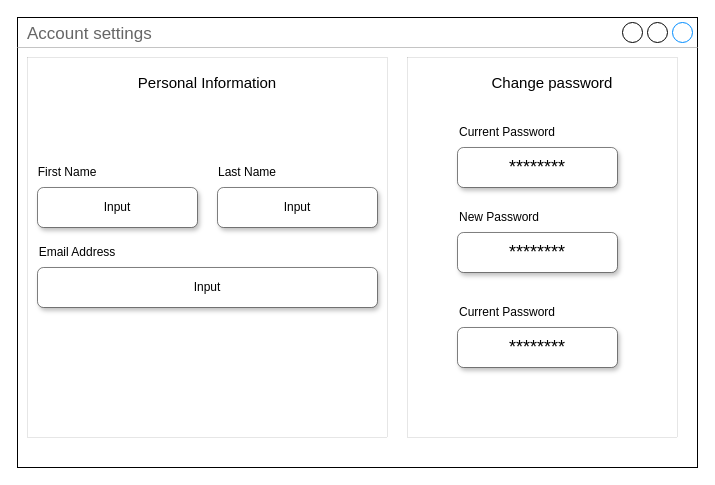
The draw.io diagram page "Strona-2" (2 of 2) of Project_Homework/CFG JobFlow Diagram.drawio in irina-sheveliova/CFG-Job-tracker, before the edit. Source tidied: cells renumbered, new cells numbered last; positions are measured from the earlier drawing's top-left corner, leaving out a move shared by most shapes. Both pictures are drawn from the tidied source at 100%, with x=0, y=0 at pixel (17, 17).
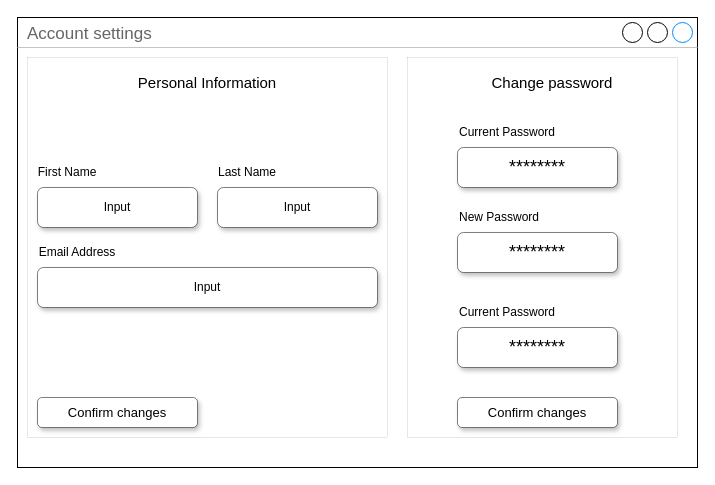
The same page after the edit.

Commit message:
Account Settings

Diff of the diagram source:
```diff
@@
+    <mxCell id="19" value="&lt;font style=&quot;font-size: 13px;&quot;&gt;Confirm changes&lt;/font&gt;" style="rounded=1;whiteSpace=wrap;html=1;shadow=1;strokeWidth=0.5;" parent="1" vertex="1">
+      <mxGeometry x="20" y="380" width="160" height="30" as="geometry" />
+    </mxCell>
+    <mxCell id="20" value="&lt;font style=&quot;font-size: 13px;&quot;&gt;Confirm changes&lt;/font&gt;" style="rounded=1;whiteSpace=wrap;html=1;shadow=1;strokeWidth=0.5;" parent="1" vertex="1">
+      <mxGeometry x="440" y="380" width="160" height="30" as="geometry" />
+    </mxCell>
```
